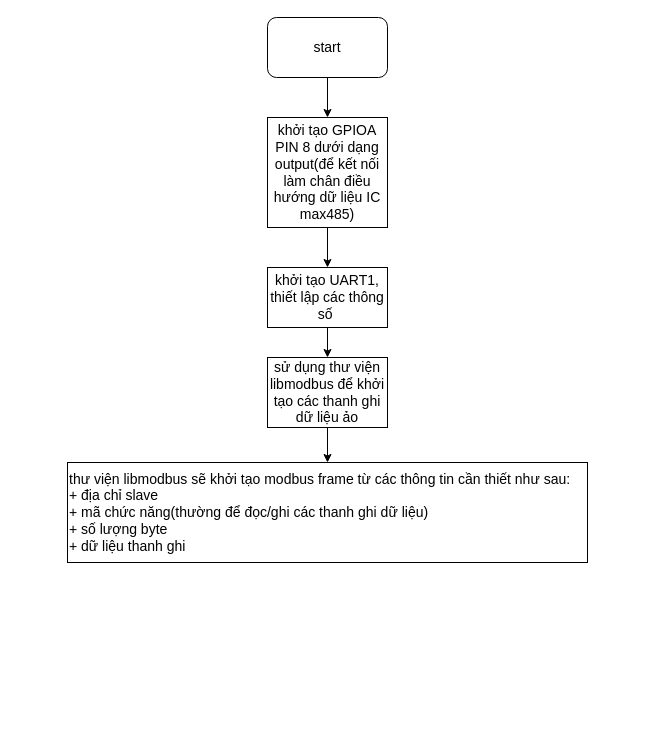
This is Untitled Diagram.drawio from ngocanhdz/TODOLIST_MP3, a draw.io file, before an edit. Source tidied: cells renumbered, new cells numbered last; positions are measured from the earlier drawing's top-left corner, leaving out a move shared by most shapes. Both pictures are drawn from the tidied source at 100%, with x=0, y=0 at pixel (67, 17).
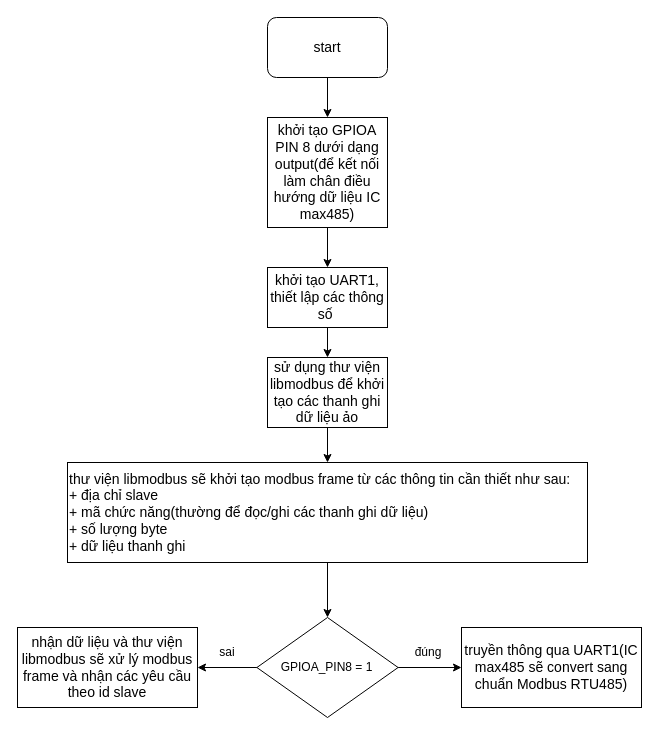
The same diagram, later.

What changed in the source:
```diff
@@
 <mxGraphModel>
   <root>
     <mxCell id="0" />
     <mxCell id="1" parent="0" />
     <mxCell id="2" value="&lt;span style=&quot;font-size: 14px;&quot;&gt;khởi tạo GPIOA PIN 8 dưới dạng output(để kết nối làm chân điều hướng dữ liệu IC max485)&lt;/span&gt;" style="rounded=0;whiteSpace=wrap;html=1;" parent="1" vertex="1">
       <mxGeometry x="200" y="100" width="120" height="110" as="geometry" />
     </mxCell>
     <mxCell id="3" value="&lt;font style=&quot;font-size: 14px;&quot;&gt;start&lt;/font&gt;" style="rounded=1;whiteSpace=wrap;html=1;" parent="1" vertex="1">
       <mxGeometry x="200" width="120" height="60" as="geometry" />
     </mxCell>
     <mxCell id="4" value="&lt;font style=&quot;font-size: 14px;&quot;&gt;khởi tạo UART1, thiết lập các thông số&amp;nbsp;&lt;/font&gt;" style="rounded=0;whiteSpace=wrap;html=1;" parent="1" vertex="1">
       <mxGeometry x="200" y="250" width="120" height="60" as="geometry" />
     </mxCell>
     <mxCell id="5" value="&lt;font style=&quot;font-size: 14px;&quot;&gt;sử dụng thư viện libmodbus để khởi tạo các thanh ghi dữ liệu ảo&lt;/font&gt;" style="rounded=0;whiteSpace=wrap;html=1;" parent="1" vertex="1">
       <mxGeometry x="200" y="340" width="120" height="70" as="geometry" />
     </mxCell>
     <mxCell id="6" value="&lt;font style=&quot;font-size: 14px;&quot;&gt;thư viện libmodbus sẽ khởi tạo modbus frame từ các thông tin cần thiết như sau:&lt;/font&gt;&lt;div&gt;&lt;span style=&quot;background-color: initial;&quot;&gt;&lt;font style=&quot;font-size: 14px;&quot;&gt;+ địa chỉ slave&lt;/font&gt;&lt;/span&gt;&lt;div&gt;&lt;font style=&quot;font-size: 14px;&quot;&gt;+ mã chức năng(thường để đọc/ghi các thanh ghi dữ liệu)&lt;/font&gt;&lt;/div&gt;&lt;div&gt;&lt;font style=&quot;font-size: 14px;&quot;&gt;+ số lượng byte&lt;/font&gt;&lt;/div&gt;&lt;div style=&quot;&quot;&gt;&lt;font style=&quot;font-size: 14px;&quot;&gt;+ dữ liệu thanh ghi&lt;/font&gt;&lt;/div&gt;&lt;/div&gt;" style="rounded=0;whiteSpace=wrap;html=1;align=left;" parent="1" vertex="1">
       <mxGeometry y="445" width="520" height="100" as="geometry" />
     </mxCell>
     <mxCell id="7" style="endArrow=classic;html=1;rounded=0;exitX=0.5;exitY=1;exitDx=0;exitDy=0;entryX=0.5;entryY=0;entryDx=0;entryDy=0;" parent="1" edge="1" source="3" target="2">
       <mxGeometry relative="1" as="geometry" />
     </mxCell>
     <mxCell id="8" style="endArrow=classic;html=1;rounded=0;exitX=0.5;exitY=1;exitDx=0;exitDy=0;entryX=0.5;entryY=0;entryDx=0;entryDy=0;" parent="1" edge="1" source="2" target="4">
       <mxGeometry relative="1" as="geometry" />
     </mxCell>
     <mxCell id="9" style="endArrow=classic;html=1;rounded=0;exitX=0.5;exitY=1;exitDx=0;exitDy=0;entryX=0.5;entryY=0;entryDx=0;entryDy=0;" parent="1" edge="1" source="4" target="5">
       <mxGeometry relative="1" as="geometry" />
     </mxCell>
     <mxCell id="10" style="endArrow=classic;html=1;rounded=0;exitX=0.5;exitY=1;exitDx=0;exitDy=0;entryX=0.5;entryY=0;entryDx=0;entryDy=0;" parent="1" edge="1" source="5" target="6">
       <mxGeometry relative="1" as="geometry" />
     </mxCell>
+    <mxCell id="11" value="&lt;font style=&quot;font-size: 14px;&quot;&gt;truyền thông qua UART1(IC max485 sẽ convert sang chuẩn Modbus RTU485)&lt;/font&gt;" style="rounded=0;whiteSpace=wrap;html=1;" parent="1" vertex="1">
+      <mxGeometry x="394" y="610" width="180" height="80" as="geometry" />
+    </mxCell>
+    <mxCell id="12" value="GPIOA_PIN8 = 1" style="rhombus;whiteSpace=wrap;html=1;" parent="1" vertex="1">
+      <mxGeometry x="189.4" y="600" width="141.2" height="100" as="geometry" />
+    </mxCell>
+    <mxCell id="13" style="endArrow=classic;html=1;rounded=0;exitX=0.5;exitY=1;exitDx=0;exitDy=0;entryX=0.5;entryY=0;entryDx=0;entryDy=0;" parent="1" edge="1" source="6" target="12">
+      <mxGeometry relative="1" as="geometry" />
+    </mxCell>
+    <mxCell id="14" style="endArrow=classic;html=1;rounded=0;exitX=1;exitY=0.5;exitDx=0;exitDy=0;entryX=0;entryY=0.5;entryDx=0;entryDy=0;" parent="1" edge="1" source="12" target="11">
+      <mxGeometry relative="1" as="geometry" />
+    </mxCell>
+    <mxCell id="15" value="&lt;font style=&quot;font-size: 14px;&quot;&gt;nhận dữ liệu và thư viện libmodbus sẽ xử lý modbus frame và nhận các yêu cầu theo id slave&lt;/font&gt;" style="rounded=0;whiteSpace=wrap;html=1;" parent="1" vertex="1">
+      <mxGeometry x="-50" y="610" width="180" height="80" as="geometry" />
+    </mxCell>
+    <mxCell id="16" style="endArrow=classic;html=1;rounded=0;exitX=0;exitY=0.5;exitDx=0;exitDy=0;entryX=1;entryY=0.5;entryDx=0;entryDy=0;" parent="1" edge="1" source="12" target="15">
+      <mxGeometry relative="1" as="geometry" />
+    </mxCell>
+    <mxCell id="17" value="đúng" style="text;html=1;align=center;verticalAlign=middle;whiteSpace=wrap;rounded=0;" parent="1" vertex="1">
+      <mxGeometry x="330.6" y="620" width="60" height="30" as="geometry" />
+    </mxCell>
+    <mxCell id="18" value="sai" style="text;html=1;align=center;verticalAlign=middle;whiteSpace=wrap;rounded=0;" parent="1" vertex="1">
+      <mxGeometry x="130" y="620" width="60" height="30" as="geometry" />
+    </mxCell>
   </root>
 </mxGraphModel>
```
